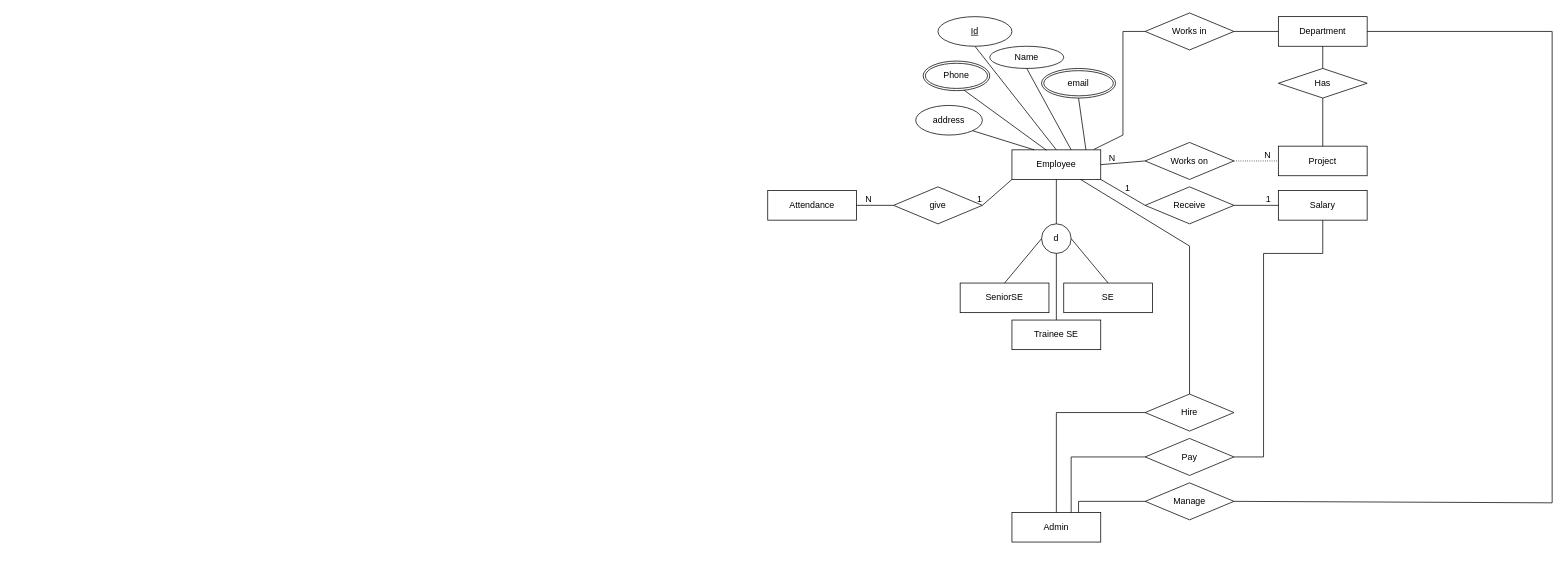
This is ERD/EER_Software.drawio from nabilah-h-s/NSL, a draw.io file, before an edit. Source tidied: cells renumbered, new cells numbered last; positions are measured from the earlier drawing's top-left corner, leaving out a move shared by most shapes. Both pictures are drawn from the tidied source at 74%, with x=0, y=0 at pixel (767, 13).
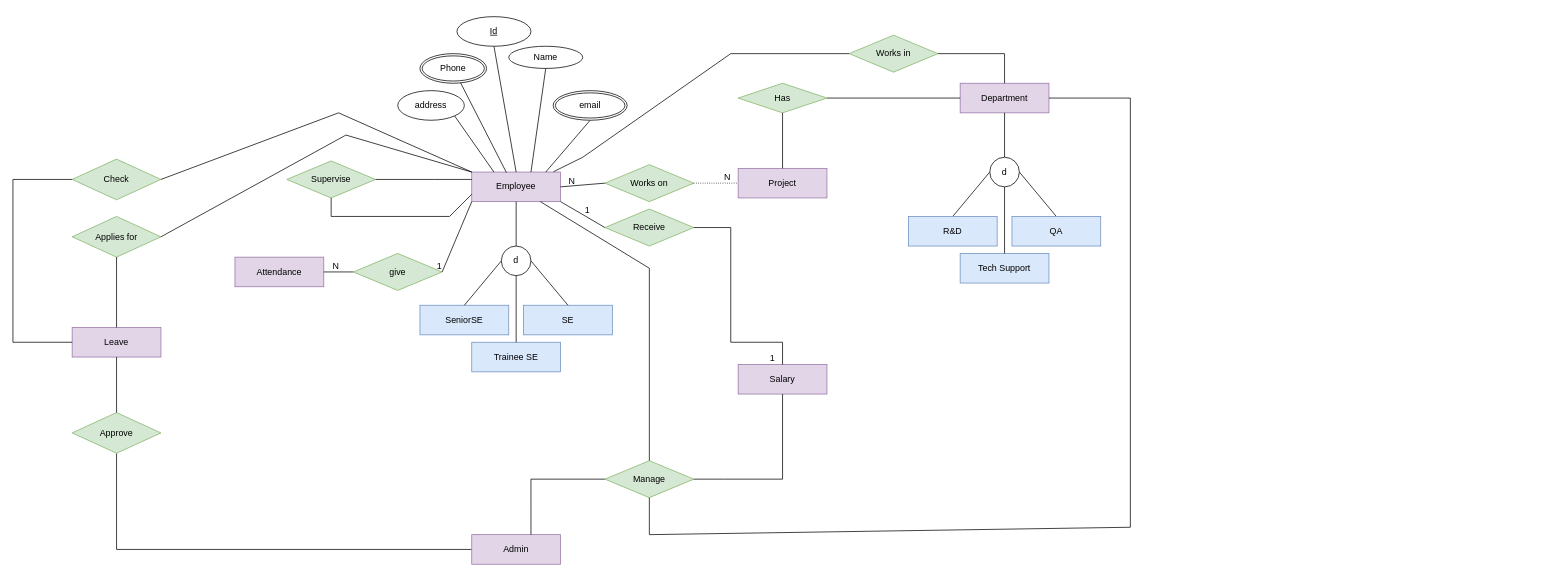
The same page after the edit.

Commit message:
Effective use of color

What changed in the source:
```diff
@@
+    <mxCell id="56" style="endArrow=none;html=1;rounded=0;" parent="1" edge="1">
+      <mxGeometry relative="1" as="geometry">
+        <mxPoint x="-880" y="595" as="sourcePoint" />
+        <mxPoint x="-400" y="725" as="targetPoint" />
+        <Array as="points">
+          <mxPoint x="-880" y="725" />
+        </Array>
+      </mxGeometry>
+    </mxCell>
-    <mxCell id="2" value="Employee" style="rounded=0;whiteSpace=wrap;html=1;" parent="1" vertex="1">
-      <mxGeometry x="330" y="185" width="120" height="40" as="geometry" />
+    <mxCell id="2" value="Employee" style="rounded=0;whiteSpace=wrap;html=1;fillColor=#e1d5e7;strokeColor=#9673a6;" parent="1" vertex="1">
+      <mxGeometry x="-400" y="215" width="120" height="40" as="geometry" />
     </mxCell>
@@
     <mxCell id="4" value="address" style="ellipse;whiteSpace=wrap;html=1;" parent="1" vertex="1">
-      <mxGeometry x="200" y="125" width="90" height="40" as="geometry" />
+      <mxGeometry x="-500" y="105" width="90" height="40" as="geometry" />
     </mxCell>
     <mxCell id="5" value="Name" style="ellipse;whiteSpace=wrap;html=1;" parent="1" vertex="1">
-      <mxGeometry x="300" y="45" width="100" height="30" as="geometry" />
+      <mxGeometry x="-350" y="45" width="100" height="30" as="geometry" />
     </mxCell>
@@
     <mxCell id="8" style="endArrow=none;html=1;rounded=0;entryX=0.5;entryY=1;entryDx=0;entryDy=0;" parent="1" edge="1" target="18">
       <mxGeometry relative="1" as="geometry">
-        <mxPoint x="430" y="185" as="sourcePoint" />
+        <mxPoint x="-300" y="215" as="sourcePoint" />
       </mxGeometry>
     </mxCell>
@@
-    <mxCell id="10" value="d" style="ellipse;whiteSpace=wrap;html=1;" parent="1" vertex="1">
-      <mxGeometry x="370" y="285" width="40" height="40" as="geometry" />
-    </mxCell>
@@
-    <mxCell id="12" value="Trainee SE" style="rounded=0;whiteSpace=wrap;html=1;" parent="1" vertex="1">
-      <mxGeometry x="330" y="415" width="120" height="40" as="geometry" />
-    </mxCell>
-    <mxCell id="13" value="SE" style="rounded=0;whiteSpace=wrap;html=1;" parent="1" vertex="1">
-      <mxGeometry x="400" y="365" width="120" height="40" as="geometry" />
-    </mxCell>
-    <mxCell id="14" value="SeniorSE" style="rounded=0;whiteSpace=wrap;html=1;" parent="1" vertex="1">
-      <mxGeometry x="260" y="365" width="120" height="40" as="geometry" />
-    </mxCell>
     <mxCell id="15" value="Phone" style="ellipse;shape=doubleEllipse;margin=3;whiteSpace=wrap;html=1;align=center;" parent="1" vertex="1">
-      <mxGeometry x="210" y="65" width="90" height="40" as="geometry" />
+      <mxGeometry x="-470" y="55" width="90" height="40" as="geometry" />
     </mxCell>
     <mxCell id="16" value="Id" style="ellipse;whiteSpace=wrap;html=1;align=center;fontStyle=4;" parent="1" vertex="1">
-      <mxGeometry x="230" y="5" width="100" height="40" as="geometry" />
+      <mxGeometry x="-420" y="5" width="100" height="40" as="geometry" />
     </mxCell>
-    <mxCell id="17" value="Works on" style="shape=rhombus;perimeter=rhombusPerimeter;whiteSpace=wrap;html=1;align=center;" parent="1" vertex="1">
-      <mxGeometry x="510" y="175" width="120" height="50" as="geometry" />
+    <mxCell id="17" value="Works on" style="shape=rhombus;perimeter=rhombusPerimeter;whiteSpace=wrap;html=1;align=center;fillColor=#d5e8d4;strokeColor=#82b366;" parent="1" vertex="1">
+      <mxGeometry x="-220" y="205" width="120" height="50" as="geometry" />
     </mxCell>
     <mxCell id="18" value="email" style="ellipse;shape=doubleEllipse;margin=3;whiteSpace=wrap;html=1;align=center;" parent="1" vertex="1">
-      <mxGeometry x="370" y="75" width="100" height="40" as="geometry" />
+      <mxGeometry x="-290" y="105" width="100" height="40" as="geometry" />
     </mxCell>
-    <mxCell id="19" value="Project" style="rounded=0;whiteSpace=wrap;html=1;" parent="1" vertex="1">
-      <mxGeometry x="690" y="180" width="120" height="40" as="geometry" />
+    <mxCell id="19" value="Project" style="rounded=0;whiteSpace=wrap;html=1;fillColor=#e1d5e7;strokeColor=#9673a6;" parent="1" vertex="1">
+      <mxGeometry x="-40" y="210" width="120" height="40" as="geometry" />
     </mxCell>
@@
-    <mxCell id="24" style="endArrow=none;html=1;rounded=0;exitX=1;exitY=0.5;exitDx=0;exitDy=0;entryX=0.5;entryY=0;entryDx=0;entryDy=0;" parent="1" edge="1" source="10" target="13">
-      <mxGeometry relative="1" as="geometry" />
-    </mxCell>
-    <mxCell id="25" style="endArrow=none;html=1;rounded=0;exitX=0;exitY=0.5;exitDx=0;exitDy=0;entryX=0.5;entryY=0;entryDx=0;entryDy=0;" parent="1" edge="1" source="10" target="14">
-      <mxGeometry relative="1" as="geometry" />
-    </mxCell>
-    <mxCell id="26" style="endArrow=none;html=1;rounded=0;exitX=0.5;exitY=1;exitDx=0;exitDy=0;entryX=0.5;entryY=0;entryDx=0;entryDy=0;" parent="1" edge="1" source="10" target="12">
-      <mxGeometry relative="1" as="geometry" />
-    </mxCell>
-    <mxCell id="27" value="Receive" style="shape=rhombus;perimeter=rhombusPerimeter;whiteSpace=wrap;html=1;align=center;" parent="1" vertex="1">
-      <mxGeometry x="510" y="235" width="120" height="50" as="geometry" />
+    <mxCell id="27" value="Receive" style="shape=rhombus;perimeter=rhombusPerimeter;whiteSpace=wrap;html=1;align=center;fillColor=#d5e8d4;strokeColor=#82b366;" parent="1" vertex="1">
+      <mxGeometry x="-220" y="265" width="120" height="50" as="geometry" />
     </mxCell>
-    <mxCell id="28" value="Salary" style="rounded=0;whiteSpace=wrap;html=1;" parent="1" vertex="1">
-      <mxGeometry x="690" y="240" width="120" height="40" as="geometry" />
+    <mxCell id="28" value="Salary" style="rounded=0;whiteSpace=wrap;html=1;fillColor=#e1d5e7;strokeColor=#9673a6;" parent="1" vertex="1">
+      <mxGeometry x="-40" y="475" width="120" height="40" as="geometry" />
     </mxCell>
@@
-    <mxCell id="31" style="endArrow=none;html=1;rounded=0;exitX=1;exitY=0.5;exitDx=0;exitDy=0;entryX=0;entryY=0.5;entryDx=0;entryDy=0;" parent="1" edge="1" source="27" target="28">
-      <mxGeometry relative="1" as="geometry" />
+    <mxCell id="31" style="endArrow=none;html=1;rounded=0;exitX=1;exitY=0.5;exitDx=0;exitDy=0;entryX=0.5;entryY=0;entryDx=0;entryDy=0;" parent="1" edge="1" source="27" target="28">
+      <mxGeometry relative="1" as="geometry">
+        <Array as="points">
+          <mxPoint x="-50" y="290" />
+          <mxPoint x="-50" y="445" />
+          <mxPoint x="20" y="445" />
+        </Array>
+      </mxGeometry>
     </mxCell>
@@
-    <mxCell id="33" value="give" style="shape=rhombus;perimeter=rhombusPerimeter;whiteSpace=wrap;html=1;align=center;" parent="1" vertex="1">
-      <mxGeometry x="170" y="235" width="120" height="50" as="geometry" />
+    <mxCell id="33" value="give" style="shape=rhombus;perimeter=rhombusPerimeter;whiteSpace=wrap;html=1;align=center;fillColor=#d5e8d4;strokeColor=#82b366;" parent="1" vertex="1">
+      <mxGeometry x="-560" y="325" width="120" height="50" as="geometry" />
     </mxCell>
-    <mxCell id="34" value="Attendance" style="rounded=0;whiteSpace=wrap;html=1;" parent="1" vertex="1">
-      <mxGeometry y="240" width="120" height="40" as="geometry" />
+    <mxCell id="34" value="Attendance" style="rounded=0;whiteSpace=wrap;html=1;fillColor=#e1d5e7;strokeColor=#9673a6;" parent="1" vertex="1">
+      <mxGeometry x="-720" y="330" width="120" height="40" as="geometry" />
     </mxCell>
@@
-    <mxCell id="39" value="Department" style="rounded=0;whiteSpace=wrap;html=1;" parent="1" vertex="1">
-      <mxGeometry x="690" y="5" width="120" height="40" as="geometry" />
+    <mxCell id="39" value="Department" style="rounded=0;whiteSpace=wrap;html=1;fillColor=#e1d5e7;strokeColor=#9673a6;" parent="1" vertex="1">
+      <mxGeometry x="260" y="95" width="120" height="40" as="geometry" />
     </mxCell>
-    <mxCell id="40" value="Has" style="shape=rhombus;perimeter=rhombusPerimeter;whiteSpace=wrap;html=1;align=center;" parent="1" vertex="1">
-      <mxGeometry x="690" y="75" width="120" height="40" as="geometry" />
+    <mxCell id="40" value="Has" style="shape=rhombus;perimeter=rhombusPerimeter;whiteSpace=wrap;html=1;align=center;fillColor=#d5e8d4;strokeColor=#82b366;" parent="1" vertex="1">
+      <mxGeometry x="-40" y="95" width="120" height="40" as="geometry" />
     </mxCell>
-    <mxCell id="41" value="Admin" style="rounded=0;whiteSpace=wrap;html=1;" parent="1" vertex="1">
-      <mxGeometry x="330" y="675" width="120" height="40" as="geometry" />
+    <mxCell id="41" value="Admin" style="rounded=0;whiteSpace=wrap;html=1;fillColor=#e1d5e7;strokeColor=#9673a6;" parent="1" vertex="1">
+      <mxGeometry x="-400" y="705" width="120" height="40" as="geometry" />
     </mxCell>
-    <mxCell id="42" value="Works in" style="shape=rhombus;perimeter=rhombusPerimeter;whiteSpace=wrap;html=1;align=center;" parent="1" vertex="1">
-      <mxGeometry x="510" width="120" height="50" as="geometry" />
+    <mxCell id="42" value="Works in" style="shape=rhombus;perimeter=rhombusPerimeter;whiteSpace=wrap;html=1;align=center;fillColor=#d5e8d4;strokeColor=#82b366;" parent="1" vertex="1">
+      <mxGeometry x="110" y="30" width="120" height="50" as="geometry" />
     </mxCell>
-    <mxCell id="43" value="Manage" style="shape=rhombus;perimeter=rhombusPerimeter;whiteSpace=wrap;html=1;align=center;" parent="1" vertex="1">
-      <mxGeometry x="510" y="635" width="120" height="50" as="geometry" />
+    <mxCell id="43" value="Manage" style="shape=rhombus;perimeter=rhombusPerimeter;whiteSpace=wrap;html=1;align=center;fillColor=#d5e8d4;strokeColor=#82b366;" parent="1" vertex="1">
+      <mxGeometry x="-220" y="605" width="120" height="50" as="geometry" />
     </mxCell>
-    <mxCell id="44" value="Hire" style="shape=rhombus;perimeter=rhombusPerimeter;whiteSpace=wrap;html=1;align=center;" parent="1" vertex="1">
-      <mxGeometry x="510" y="515" width="120" height="50" as="geometry" />
-    </mxCell>
-    <mxCell id="45" style="endArrow=none;html=1;rounded=0;exitX=0.5;exitY=0;exitDx=0;exitDy=0;entryX=0;entryY=0.5;entryDx=0;entryDy=0;" parent="1" edge="1" source="41" target="44">
-      <mxGeometry relative="1" as="geometry">
-        <Array as="points">
-          <mxPoint x="390" y="540" />
-        </Array>
-      </mxGeometry>
-    </mxCell>
-    <mxCell id="46" style="endArrow=none;html=1;rounded=0;entryX=0.5;entryY=0;entryDx=0;entryDy=0;" parent="1" edge="1" source="2" target="44">
+    <mxCell id="46" style="endArrow=none;html=1;rounded=0;entryX=0.5;entryY=0;entryDx=0;entryDy=0;" parent="1" edge="1" source="2" target="43">
       <mxGeometry relative="1" as="geometry">
         <Array as="points">
-          <mxPoint x="570" y="315" />
+          <mxPoint x="-160" y="345" />
         </Array>
       </mxGeometry>
     </mxCell>
-    <mxCell id="47" value="Pay" style="shape=rhombus;perimeter=rhombusPerimeter;whiteSpace=wrap;html=1;align=center;" parent="1" vertex="1">
-      <mxGeometry x="510" y="575" width="120" height="50" as="geometry" />
-    </mxCell>
-    <mxCell id="48" style="endArrow=none;html=1;rounded=0;exitX=0.667;exitY=0;exitDx=0;exitDy=0;exitPerimeter=0;entryX=0;entryY=0.5;entryDx=0;entryDy=0;" parent="1" edge="1" source="41" target="47">
+    <mxCell id="48" style="endArrow=none;html=1;rounded=0;exitX=0.667;exitY=0;exitDx=0;exitDy=0;exitPerimeter=0;entryX=0;entryY=0.5;entryDx=0;entryDy=0;" parent="1" edge="1" source="41">
       <mxGeometry relative="1" as="geometry">
+        <mxPoint x="-220" y="630" as="targetPoint" />
         <Array as="points">
-          <mxPoint x="410" y="600" />
+          <mxPoint x="-320" y="630" />
         </Array>
       </mxGeometry>
     </mxCell>
-    <mxCell id="49" style="endArrow=none;html=1;rounded=0;exitX=1;exitY=0.5;exitDx=0;exitDy=0;entryX=0.5;entryY=1;entryDx=0;entryDy=0;" parent="1" edge="1" source="47" target="28">
+    <mxCell id="49" style="endArrow=none;html=1;rounded=0;exitX=1;exitY=0.5;exitDx=0;exitDy=0;" parent="1" edge="1" target="28">
       <mxGeometry relative="1" as="geometry">
+        <mxPoint x="-100" y="630" as="sourcePoint" />
         <Array as="points">
-          <mxPoint x="670" y="600" />
-          <mxPoint x="670" y="325" />
-          <mxPoint x="750" y="325" />
+          <mxPoint x="-60" y="630" />
+          <mxPoint x="20" y="630" />
         </Array>
       </mxGeometry>
     </mxCell>
-    <mxCell id="50" style="endArrow=none;html=1;rounded=0;entryX=0;entryY=0.5;entryDx=0;entryDy=0;exitX=0.75;exitY=0;exitDx=0;exitDy=0;" parent="1" edge="1" source="41" target="43">
-      <mxGeometry relative="1" as="geometry">
-        <Array as="points">
-          <mxPoint x="420" y="660" />
-        </Array>
-      </mxGeometry>
-    </mxCell>
-    <mxCell id="51" style="endArrow=none;html=1;rounded=0;entryX=1;entryY=0.5;entryDx=0;entryDy=0;exitX=1;exitY=0.5;exitDx=0;exitDy=0;" parent="1" edge="1" source="43" target="39">
+    <mxCell id="51" style="endArrow=none;html=1;rounded=0;entryX=1;entryY=0.5;entryDx=0;entryDy=0;exitX=0.5;exitY=1;exitDx=0;exitDy=0;" parent="1" edge="1" source="43" target="39">
       <mxGeometry relative="1" as="geometry">
         <Array as="points">
-          <mxPoint x="1060" y="662" />
-          <mxPoint x="1060" y="25" />
+          <mxPoint x="-160" y="705" />
+          <mxPoint x="490" y="695" />
+          <mxPoint x="490" y="115" />
         </Array>
       </mxGeometry>
     </mxCell>
     <mxCell id="52" style="endArrow=none;html=1;rounded=0;exitX=0.921;exitY=-0.012;exitDx=0;exitDy=0;exitPerimeter=0;entryX=0;entryY=0.5;entryDx=0;entryDy=0;" parent="1" edge="1" source="2" target="42">
       <mxGeometry relative="1" as="geometry">
         <Array as="points">
-          <mxPoint x="480" y="165" />
-          <mxPoint x="480" y="25" />
+          <mxPoint x="-250" y="195" />
+          <mxPoint x="-50" y="55" />
         </Array>
       </mxGeometry>
     </mxCell>
-    <mxCell id="53" style="endArrow=none;html=1;rounded=0;" parent="1" edge="1" source="42" target="39">
-      <mxGeometry relative="1" as="geometry" />
+    <mxCell id="53" style="endArrow=none;html=1;rounded=0;entryX=0.5;entryY=0;entryDx=0;entryDy=0;" parent="1" edge="1" source="42" target="39">
+      <mxGeometry relative="1" as="geometry">
+        <Array as="points">
+          <mxPoint x="320" y="55" />
+        </Array>
+      </mxGeometry>
     </mxCell>
-    <mxCell id="54" style="endArrow=none;html=1;rounded=0;entryX=0.5;entryY=0;entryDx=0;entryDy=0;exitX=0.5;exitY=1;exitDx=0;exitDy=0;" parent="1" edge="1" source="39" target="40">
+    <mxCell id="54" style="endArrow=none;html=1;rounded=0;entryX=1;entryY=0.5;entryDx=0;entryDy=0;exitX=0;exitY=0.5;exitDx=0;exitDy=0;" parent="1" edge="1" source="39" target="40">
       <mxGeometry relative="1" as="geometry" />
     </mxCell>
@@
+    <mxCell id="57" style="endArrow=none;html=1;rounded=0;entryX=0.5;entryY=1;entryDx=0;entryDy=0;exitX=0.5;exitY=0;exitDx=0;exitDy=0;" parent="1" edge="1" source="75" target="39">
+      <mxGeometry relative="1" as="geometry" />
+    </mxCell>
+    <mxCell id="58" value="Supervise" style="shape=rhombus;perimeter=rhombusPerimeter;whiteSpace=wrap;html=1;align=center;fillColor=#d5e8d4;strokeColor=#82b366;" parent="1" vertex="1">
+      <mxGeometry x="-650" y="200" width="120" height="50" as="geometry" />
+    </mxCell>
+    <mxCell id="59" style="endArrow=none;html=1;rounded=0;entryX=0.5;entryY=1;entryDx=0;entryDy=0;exitX=0;exitY=0.75;exitDx=0;exitDy=0;" parent="1" edge="1" source="2" target="58">
+      <mxGeometry relative="1" as="geometry">
+        <Array as="points">
+          <mxPoint x="-430" y="275" />
+          <mxPoint x="-590" y="275" />
+        </Array>
+      </mxGeometry>
+    </mxCell>
+    <mxCell id="60" style="endArrow=none;html=1;rounded=0;exitX=1;exitY=0.5;exitDx=0;exitDy=0;entryX=0;entryY=0.25;entryDx=0;entryDy=0;" parent="1" edge="1" source="58" target="2">
+      <mxGeometry relative="1" as="geometry">
+        <Array as="points">
+          <mxPoint x="-450" y="225" />
+        </Array>
+      </mxGeometry>
+    </mxCell>
+    <mxCell id="61" value="Leave" style="rounded=0;whiteSpace=wrap;html=1;fillColor=#e1d5e7;strokeColor=#9673a6;" parent="1" vertex="1">
+      <mxGeometry x="-940" y="425" width="120" height="40" as="geometry" />
+    </mxCell>
+    <mxCell id="62" value="Check" style="shape=rhombus;perimeter=rhombusPerimeter;whiteSpace=wrap;html=1;align=center;fillColor=#d5e8d4;strokeColor=#82b366;" parent="1" vertex="1">
+      <mxGeometry x="-940" y="197.5" width="120" height="55" as="geometry" />
+    </mxCell>
+    <mxCell id="63" style="endArrow=none;html=1;rounded=0;exitX=0;exitY=0.5;exitDx=0;exitDy=0;entryX=0;entryY=0.5;entryDx=0;entryDy=0;" parent="1" edge="1" source="62" target="61">
+      <mxGeometry relative="1" as="geometry">
+        <Array as="points">
+          <mxPoint x="-1020" y="225" />
+          <mxPoint x="-1020" y="445" />
+        </Array>
+      </mxGeometry>
+    </mxCell>
+    <mxCell id="64" style="endArrow=none;html=1;rounded=0;exitX=1;exitY=0.5;exitDx=0;exitDy=0;entryX=0;entryY=0;entryDx=0;entryDy=0;" parent="1" edge="1" source="62" target="2">
+      <mxGeometry relative="1" as="geometry">
+        <Array as="points">
+          <mxPoint x="-580" y="135" />
+        </Array>
+      </mxGeometry>
+    </mxCell>
+    <mxCell id="65" value="Applies for" style="shape=rhombus;perimeter=rhombusPerimeter;whiteSpace=wrap;html=1;align=center;fillColor=#d5e8d4;strokeColor=#82b366;" parent="1" vertex="1">
+      <mxGeometry x="-940" y="275" width="120" height="55" as="geometry" />
+    </mxCell>
+    <mxCell id="66" style="endArrow=none;html=1;rounded=0;exitX=1;exitY=0.5;exitDx=0;exitDy=0;entryX=0;entryY=0;entryDx=0;entryDy=0;" parent="1" edge="1" source="65" target="2">
+      <mxGeometry relative="1" as="geometry">
+        <Array as="points">
+          <mxPoint x="-570" y="165" />
+        </Array>
+      </mxGeometry>
+    </mxCell>
+    <mxCell id="67" style="endArrow=none;html=1;rounded=0;entryX=0.5;entryY=1;entryDx=0;entryDy=0;exitX=0.5;exitY=0;exitDx=0;exitDy=0;" parent="1" edge="1" source="61" target="65">
+      <mxGeometry relative="1" as="geometry" />
+    </mxCell>
+    <mxCell id="68" value="Approve" style="shape=rhombus;perimeter=rhombusPerimeter;whiteSpace=wrap;html=1;align=center;fillColor=#d5e8d4;strokeColor=#82b366;" parent="1" vertex="1">
+      <mxGeometry x="-940" y="540" width="120" height="55" as="geometry" />
+    </mxCell>
+    <mxCell id="69" style="endArrow=none;html=1;rounded=0;exitX=0.5;exitY=0;exitDx=0;exitDy=0;entryX=0.5;entryY=1;entryDx=0;entryDy=0;" parent="1" edge="1" source="68" target="61">
+      <mxGeometry relative="1" as="geometry" />
+    </mxCell>
+    <mxCell id="70" style="endArrow=none;html=1;rounded=0;exitX=1;exitY=0.5;exitDx=0;exitDy=0;entryX=0.5;entryY=0;entryDx=0;entryDy=0;" parent="1" edge="1" source="75" target="73">
+      <mxGeometry relative="1" as="geometry" />
+    </mxCell>
+    <mxCell id="71" style="endArrow=none;html=1;rounded=0;exitX=0;exitY=0.5;exitDx=0;exitDy=0;entryX=0.5;entryY=0;entryDx=0;entryDy=0;" parent="1" edge="1" source="75" target="74">
+      <mxGeometry relative="1" as="geometry" />
+    </mxCell>
+    <mxCell id="72" style="group;" parent="1" vertex="1">
+      <mxGeometry x="-470" y="395" width="260" height="40" as="geometry" />
+    </mxCell>
+    <mxCell id="13" value="SE" style="rounded=0;whiteSpace=wrap;html=1;fillColor=#dae8fc;strokeColor=#6c8ebf;" parent="72" vertex="1">
+      <mxGeometry x="140" width="120" height="40" as="geometry" />
+    </mxCell>
+    <mxCell id="14" value="SeniorSE" style="rounded=0;whiteSpace=wrap;html=1;fillColor=#dae8fc;strokeColor=#6c8ebf;" parent="72" vertex="1">
+      <mxGeometry width="120" height="40" as="geometry" />
+    </mxCell>
+    <mxCell id="24" style="endArrow=none;html=1;rounded=0;exitX=1;exitY=0.5;exitDx=0;exitDy=0;entryX=0.5;entryY=0;entryDx=0;entryDy=0;" parent="1" edge="1" source="10" target="13">
+      <mxGeometry relative="1" as="geometry" />
+    </mxCell>
+    <mxCell id="25" style="endArrow=none;html=1;rounded=0;exitX=0;exitY=0.5;exitDx=0;exitDy=0;entryX=0.5;entryY=0;entryDx=0;entryDy=0;" parent="1" edge="1" source="10" target="14">
+      <mxGeometry relative="1" as="geometry" />
+    </mxCell>
+    <mxCell id="10" value="d" style="ellipse;whiteSpace=wrap;html=1;" parent="1" vertex="1">
+      <mxGeometry x="-360" y="315" width="40" height="40" as="geometry" />
+    </mxCell>
+    <mxCell id="12" value="Trainee SE" style="rounded=0;whiteSpace=wrap;html=1;fillColor=#dae8fc;strokeColor=#6c8ebf;" parent="1" vertex="1">
+      <mxGeometry x="-400" y="445" width="120" height="40" as="geometry" />
+    </mxCell>
+    <mxCell id="26" style="endArrow=none;html=1;rounded=0;exitX=0.5;exitY=1;exitDx=0;exitDy=0;entryX=0.5;entryY=0;entryDx=0;entryDy=0;" parent="1" edge="1" source="10" target="12">
+      <mxGeometry relative="1" as="geometry" />
+    </mxCell>
+    <mxCell id="73" value="QA" style="rounded=0;whiteSpace=wrap;html=1;fillColor=#dae8fc;strokeColor=#6c8ebf;" parent="1" vertex="1">
+      <mxGeometry x="330" y="275" width="120" height="40" as="geometry" />
+    </mxCell>
+    <mxCell id="74" value="R&amp;amp;D" style="rounded=0;whiteSpace=wrap;html=1;fillColor=#dae8fc;strokeColor=#6c8ebf;" parent="1" vertex="1">
+      <mxGeometry x="190" y="275" width="120" height="40" as="geometry" />
+    </mxCell>
+    <mxCell id="75" value="d" style="ellipse;whiteSpace=wrap;html=1;" parent="1" vertex="1">
+      <mxGeometry x="300" y="195" width="40" height="40" as="geometry" />
+    </mxCell>
+    <mxCell id="76" value="Tech Support" style="rounded=0;whiteSpace=wrap;html=1;fillColor=#dae8fc;strokeColor=#6c8ebf;" parent="1" vertex="1">
+      <mxGeometry x="260" y="325" width="120" height="40" as="geometry" />
+    </mxCell>
+    <mxCell id="77" style="endArrow=none;html=1;rounded=0;exitX=0.5;exitY=1;exitDx=0;exitDy=0;entryX=0.5;entryY=0;entryDx=0;entryDy=0;" parent="1" edge="1" source="75" target="76">
+      <mxGeometry relative="1" as="geometry" />
+    </mxCell>
```
